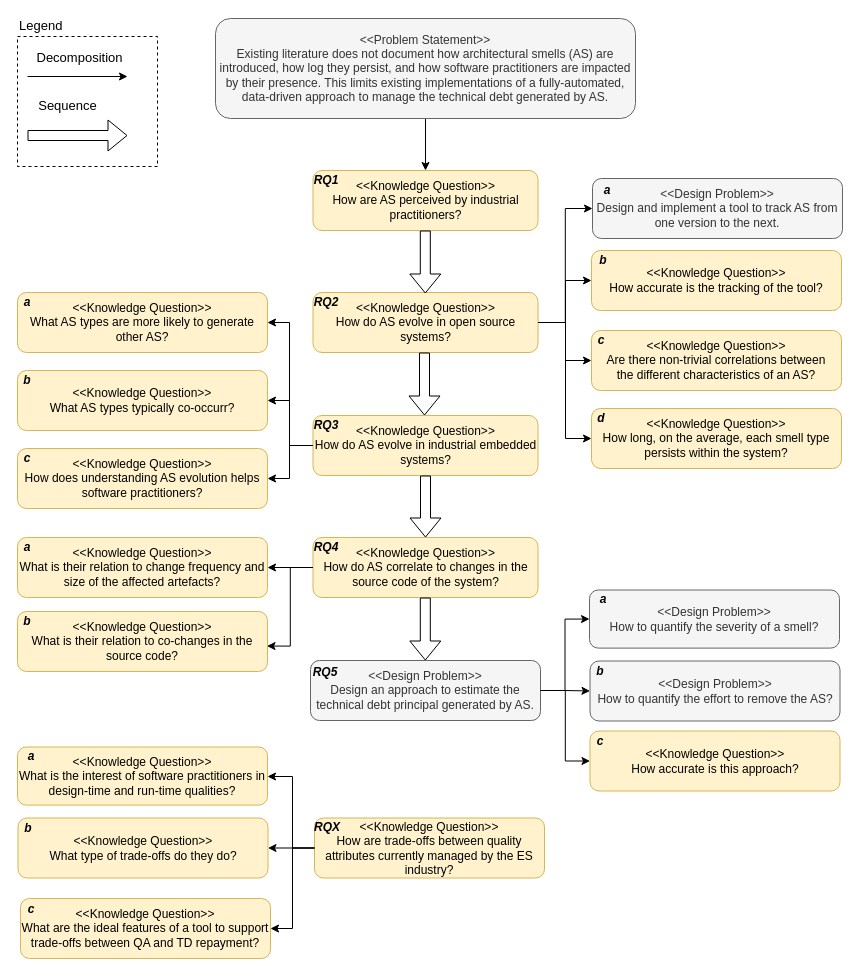
Above: Figures/c1/problem-decomposition.drawio in darius-sas/phd-dissertation (draw.io), before the change. Source tidied: cells renumbered, new cells numbered last; positions are measured from the earlier drawing's top-left corner, leaving out a move shared by most shapes. Both pictures are drawn from the tidied source at 100%, with x=0, y=0 at pixel (17, 18).
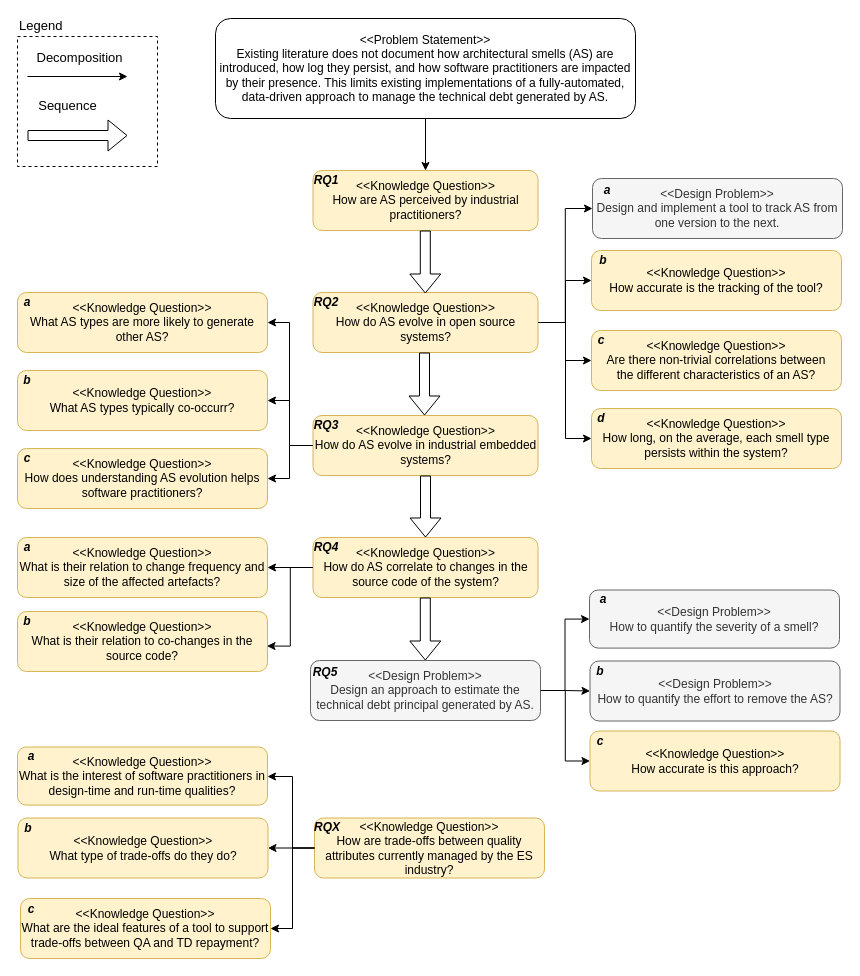
Above is the later version.

Commit message (it also covers changes not shown here):
Started writing problem decomposition section

Change to the diagram source:
```diff
@@
-    <mxCell id="3" value="&lt;div&gt;&amp;lt;&amp;lt;Problem Statement&amp;gt;&amp;gt;&lt;/div&gt;&lt;div&gt;Existing literature does not document how architectural smells (AS) are introduced, how log they persist, and how software practitioners are impacted by their presence. This limits existing implementations of a fully-automated, data-driven approach to manage the technical debt generated by AS.&lt;/div&gt;" style="rounded=1;whiteSpace=wrap;html=1;fillColor=#f5f5f5;strokeColor=#666666;fontColor=#333333;" parent="1" vertex="1">
+    <mxCell id="3" value="&lt;div&gt;&amp;lt;&amp;lt;Problem Statement&amp;gt;&amp;gt;&lt;/div&gt;&lt;div&gt;Existing literature does not document how architectural smells (AS) are introduced, how log they persist, and how software practitioners are impacted by their presence. This limits existing implementations of a fully-automated, data-driven approach to manage the technical debt generated by AS.&lt;/div&gt;" style="rounded=1;whiteSpace=wrap;html=1;" parent="1" vertex="1">
       <mxGeometry x="198" width="420" height="100" as="geometry" />
     </mxCell>
```
